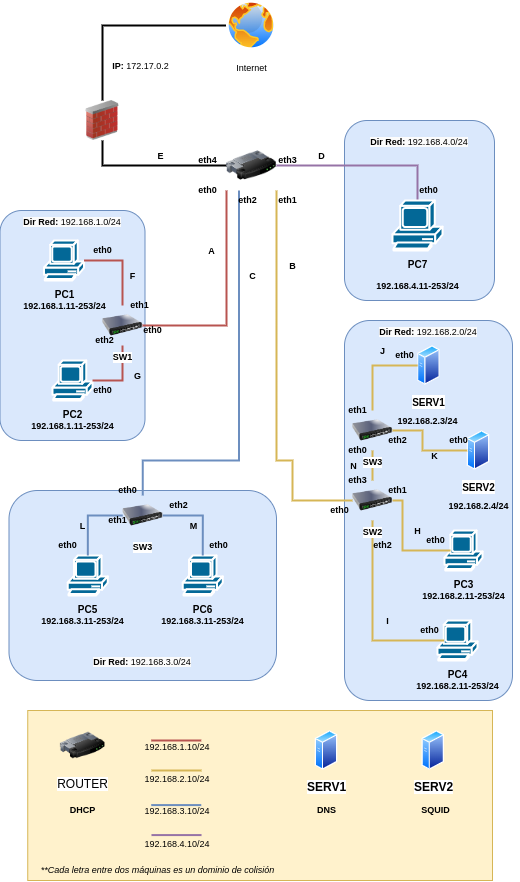
Earlier version of the draw.io export DiagramaPSRI.png (joserogu/Laboratorio_Serivios_Red). Source tidied: cells renumbered, new cells last; positions are measured from the earlier drawing's top-left corner, leaving out a move shared by most shapes.
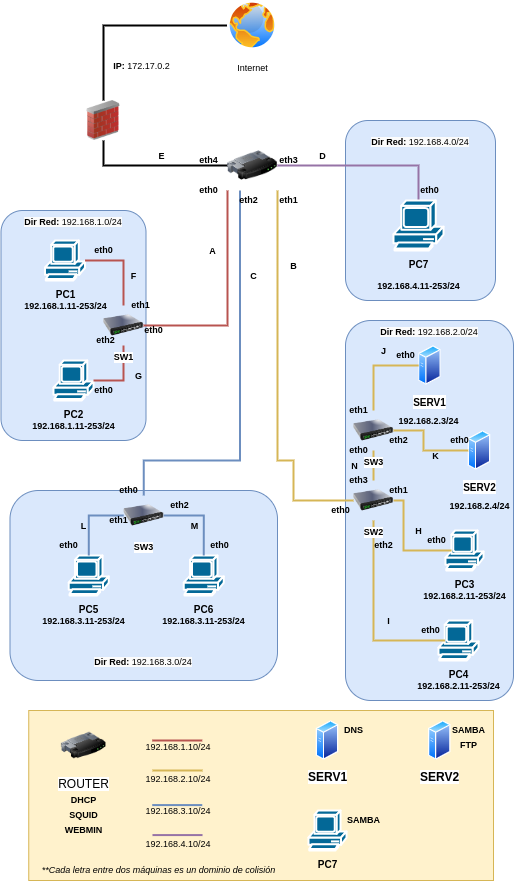
Above is the later version.

Change to the diagram source:
```diff
@@ -305,19 +305,19 @@
       </mxGeometry>
     </mxCell>
     <mxCell id="84" value="&lt;b&gt;SERV2&lt;/b&gt;" style="perimeter=ellipsePerimeter;html=1;align=center;shadow=0;dashed=0;spacingTop=3;image;image=img/lib/active_directory/generic_server.svg;" parent="1" vertex="1">
-      <mxGeometry x="421.6" y="730" width="22.4" height="40" as="geometry" />
+      <mxGeometry x="427" y="720" width="22.4" height="40" as="geometry" />
     </mxCell>
     <mxCell id="85" value="&lt;b&gt;SERV1&lt;/b&gt;" style="perimeter=ellipsePerimeter;html=1;align=center;shadow=0;dashed=0;spacingTop=3;image;image=img/lib/active_directory/generic_server.svg;" parent="1" vertex="1">
-      <mxGeometry x="314.8" y="730" width="22.4" height="40" as="geometry" />
+      <mxGeometry x="314.8" y="720" width="22.4" height="40" as="geometry" />
     </mxCell>
     <mxCell id="86" value="&lt;b&gt;DNS&lt;/b&gt;" style="text;html=1;align=center;verticalAlign=middle;strokeColor=none;fillColor=none;fontSize=9;" parent="1" vertex="1">
-      <mxGeometry x="306" y="800" width="40" height="20" as="geometry" />
+      <mxGeometry x="332" y="720" width="40" height="20" as="geometry" />
     </mxCell>
     <mxCell id="87" value="&lt;b&gt;SQUID&lt;/b&gt;" style="text;html=1;align=center;verticalAlign=middle;strokeColor=none;fillColor=none;fontSize=9;" parent="1" vertex="1">
-      <mxGeometry x="410.4" y="800" width="50" height="20" as="geometry" />
+      <mxGeometry x="57.2" y="805" width="50" height="20" as="geometry" />
     </mxCell>
     <mxCell id="88" value="&lt;b&gt;DHCP&lt;/b&gt;" style="text;html=1;align=center;verticalAlign=middle;strokeColor=none;fillColor=none;fontSize=9;" parent="1" vertex="1">
-      <mxGeometry x="57.2" y="800" width="50" height="20" as="geometry" />
+      <mxGeometry x="57.3" y="790" width="50" height="20" as="geometry" />
     </mxCell>
     <mxCell id="89" value="&lt;font style=&quot;font-size: 9px;&quot;&gt;IP:&lt;span style=&quot;font-weight: normal;&quot;&gt; 172.17.0.2&lt;/span&gt;&lt;/font&gt;" style="text;html=1;align=center;verticalAlign=middle;strokeColor=none;fillColor=none;fontStyle=1;" parent="1" vertex="1">
       <mxGeometry x="99.6" y="50" width="80" height="30" as="geometry" />
@@ -367,5 +367,20 @@
     <mxCell id="104" value="&lt;i&gt;**Cada letra entre dos máquinas es un dominio de colisión&lt;/i&gt;" style="text;html=1;align=center;verticalAlign=middle;strokeColor=none;fillColor=none;fontSize=9;" parent="1" vertex="1">
       <mxGeometry x="27.2" y="860" width="260" height="20" as="geometry" />
     </mxCell>
+    <mxCell id="105" value="&lt;b&gt;&lt;font style=&quot;font-size: 10px;&quot;&gt;PC7&lt;/font&gt;&lt;/b&gt;" style="shape=mxgraph.cisco.computers_and_peripherals.pc;html=1;dashed=0;fillColor=#036897;strokeColor=#ffffff;strokeWidth=2;verticalLabelPosition=bottom;verticalAlign=top;align=center;" parent="1" vertex="1">
+      <mxGeometry x="307" y="810" width="38" height="40" as="geometry" />
+    </mxCell>
+    <mxCell id="106" value="&lt;b&gt;SAMBA&lt;/b&gt;" style="text;html=1;align=center;verticalAlign=middle;strokeColor=none;fillColor=none;fontSize=9;" parent="1" vertex="1">
+      <mxGeometry x="332" y="810" width="60" height="20" as="geometry" />
+    </mxCell>
+    <mxCell id="107" value="&lt;b&gt;SAMBA&lt;/b&gt;" style="text;html=1;align=center;verticalAlign=middle;strokeColor=none;fillColor=none;fontSize=9;" parent="1" vertex="1">
+      <mxGeometry x="437" y="720" width="60" height="20" as="geometry" />
+    </mxCell>
+    <mxCell id="108" value="&lt;b&gt;WEBMIN&lt;/b&gt;" style="text;html=1;align=center;verticalAlign=middle;strokeColor=none;fillColor=none;fontSize=9;" parent="1" vertex="1">
+      <mxGeometry x="52.3" y="820" width="60" height="20" as="geometry" />
+    </mxCell>
+    <mxCell id="109" value="&lt;b&gt;FTP&lt;/b&gt;" style="text;html=1;align=center;verticalAlign=middle;strokeColor=none;fillColor=none;fontSize=9;" parent="1" vertex="1">
+      <mxGeometry x="447" y="735" width="40" height="20" as="geometry" />
+    </mxCell>
   </root>
 </mxGraphModel>
```
